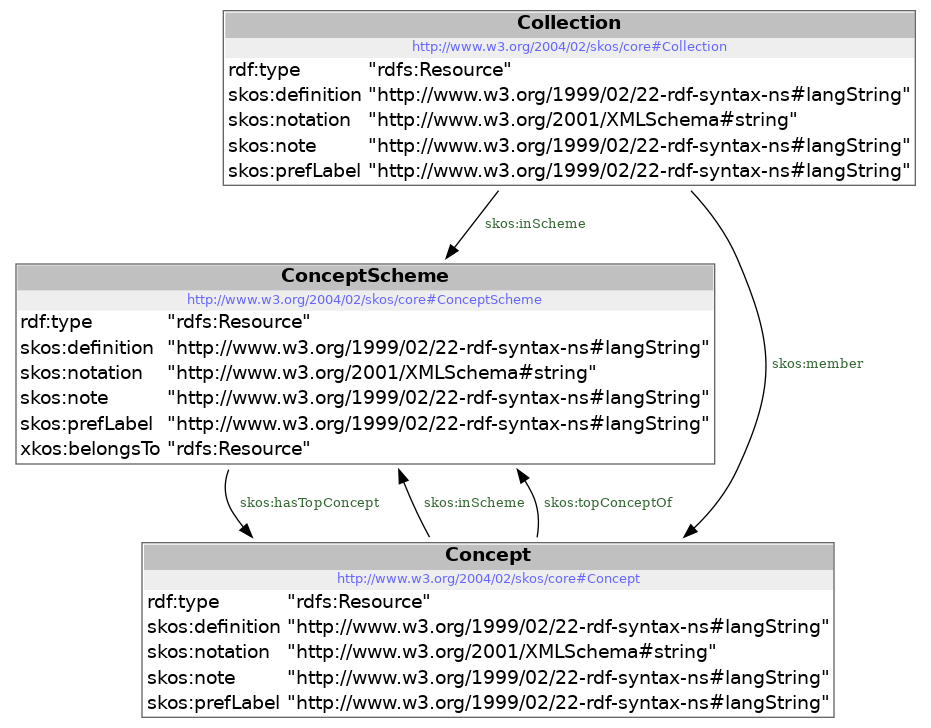
This is src/documentation/model.png from milieuinfo/codelijst-emissie, a Graphviz export, as it was before one commit. Its source is kept beside it as src/documentation/model.dot.
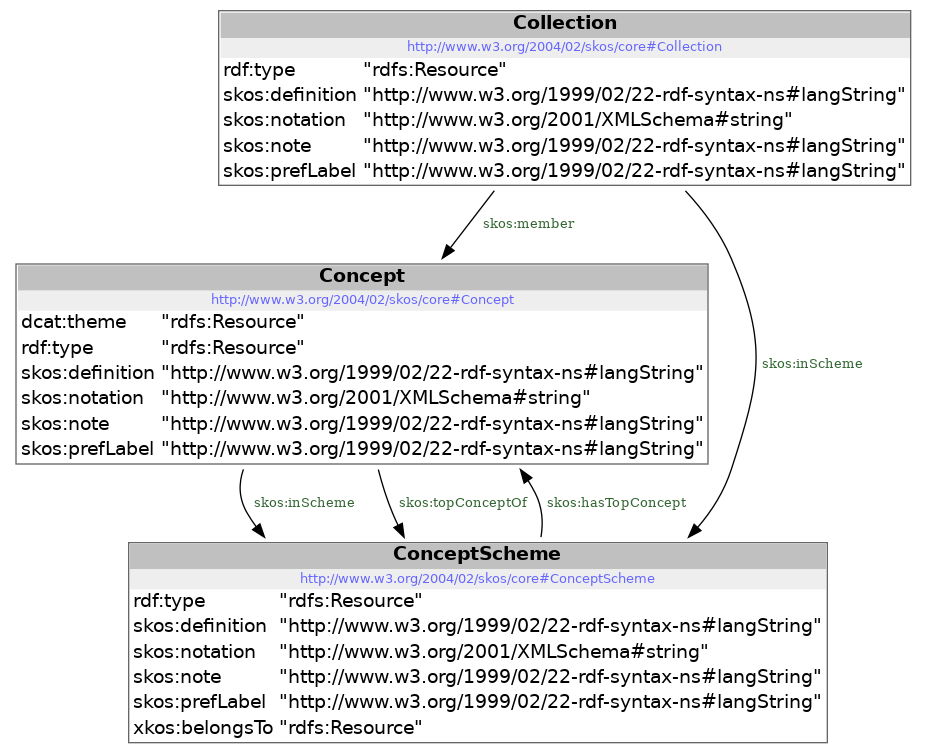
The same file after the commit.

Change to the diagram source:
```diff
@@ -1,11 +1,11 @@
 digraph {
  node [ fontname="DejaVu Sans" ] ;
+	node0 -> node2 [ color=BLACK, label=< <font point-size='10' color='#336633'>skos:inScheme</font> > ] ;
+	node2 -> node1 [ color=BLACK, label=< <font point-size='10' color='#336633'>skos:hasTopConcept</font> > ] ;
 	node0 -> node1 [ color=BLACK, label=< <font point-size='10' color='#336633'>skos:member</font> > ] ;
+	node1 -> node2 [ color=BLACK, label=< <font point-size='10' color='#336633'>skos:topConceptOf</font> > ] ;
 	node1 -> node2 [ color=BLACK, label=< <font point-size='10' color='#336633'>skos:inScheme</font> > ] ;
-	node0 -> node2 [ color=BLACK, label=< <font point-size='10' color='#336633'>skos:inScheme</font> > ] ;
-	node1 -> node2 [ color=BLACK, label=< <font point-size='10' color='#336633'>skos:topConceptOf</font> > ] ;
-	node2 -> node1 [ color=BLACK, label=< <font point-size='10' color='#336633'>skos:hasTopConcept</font> > ] ;
 node0 [ shape=none, color=black label=< <table color='#666666' cellborder='0' cellspacing='0' border='1'><tr><td colspan='2' bgcolor='grey'><B>Collection</B></td></tr><tr><td href='http://www.w3.org/2004/02/skos/core#Collection' bgcolor='#eeeeee' colspan='2'><font point-size='10' color='#6666ff'>http://www.w3.org/2004/02/skos/core#Collection</font></td></tr><tr><td align='left'>rdf:type</td><td align='left'>&quot;rdfs:Resource&quot;</td></tr><tr><td align='left'>skos:definition</td><td align='left'>&quot;http://www.w3.org/1999/02/22-rdf-syntax-ns#langString&quot;</td></tr><tr><td align='left'>skos:notation</td><td align='left'>&quot;http://www.w3.org/2001/XMLSchema#string&quot;</td></tr><tr><td align='left'>skos:note</td><td align='left'>&quot;http://www.w3.org/1999/02/22-rdf-syntax-ns#langString&quot;</td></tr><tr><td align='left'>skos:prefLabel</td><td align='left'>&quot;http://www.w3.org/1999/02/22-rdf-syntax-ns#langString&quot;</td></tr></table> > ]
-node1 [ shape=none, color=black label=< <table color='#666666' cellborder='0' cellspacing='0' border='1'><tr><td colspan='2' bgcolor='grey'><B>Concept</B></td></tr><tr><td href='http://www.w3.org/2004/02/skos/core#Concept' bgcolor='#eeeeee' colspan='2'><font point-size='10' color='#6666ff'>http://www.w3.org/2004/02/skos/core#Concept</font></td></tr><tr><td align='left'>rdf:type</td><td align='left'>&quot;rdfs:Resource&quot;</td></tr><tr><td align='left'>skos:definition</td><td align='left'>&quot;http://www.w3.org/1999/02/22-rdf-syntax-ns#langString&quot;</td></tr><tr><td align='left'>skos:notation</td><td align='left'>&quot;http://www.w3.org/2001/XMLSchema#string&quot;</td></tr><tr><td align='left'>skos:note</td><td align='left'>&quot;http://www.w3.org/1999/02/22-rdf-syntax-ns#langString&quot;</td></tr><tr><td align='left'>skos:prefLabel</td><td align='left'>&quot;http://www.w3.org/1999/02/22-rdf-syntax-ns#langString&quot;</td></tr></table> > ]
+node1 [ shape=none, color=black label=< <table color='#666666' cellborder='0' cellspacing='0' border='1'><tr><td colspan='2' bgcolor='grey'><B>Concept</B></td></tr><tr><td href='http://www.w3.org/2004/02/skos/core#Concept' bgcolor='#eeeeee' colspan='2'><font point-size='10' color='#6666ff'>http://www.w3.org/2004/02/skos/core#Concept</font></td></tr><tr><td align='left'>dcat:theme</td><td align='left'>&quot;rdfs:Resource&quot;</td></tr><tr><td align='left'>rdf:type</td><td align='left'>&quot;rdfs:Resource&quot;</td></tr><tr><td align='left'>skos:definition</td><td align='left'>&quot;http://www.w3.org/1999/02/22-rdf-syntax-ns#langString&quot;</td></tr><tr><td align='left'>skos:notation</td><td align='left'>&quot;http://www.w3.org/2001/XMLSchema#string&quot;</td></tr><tr><td align='left'>skos:note</td><td align='left'>&quot;http://www.w3.org/1999/02/22-rdf-syntax-ns#langString&quot;</td></tr><tr><td align='left'>skos:prefLabel</td><td align='left'>&quot;http://www.w3.org/1999/02/22-rdf-syntax-ns#langString&quot;</td></tr></table> > ]
 node2 [ shape=none, color=black label=< <table color='#666666' cellborder='0' cellspacing='0' border='1'><tr><td colspan='2' bgcolor='grey'><B>ConceptScheme</B></td></tr><tr><td href='http://www.w3.org/2004/02/skos/core#ConceptScheme' bgcolor='#eeeeee' colspan='2'><font point-size='10' color='#6666ff'>http://www.w3.org/2004/02/skos/core#ConceptScheme</font></td></tr><tr><td align='left'>rdf:type</td><td align='left'>&quot;rdfs:Resource&quot;</td></tr><tr><td align='left'>skos:definition</td><td align='left'>&quot;http://www.w3.org/1999/02/22-rdf-syntax-ns#langString&quot;</td></tr><tr><td align='left'>skos:notation</td><td align='left'>&quot;http://www.w3.org/2001/XMLSchema#string&quot;</td></tr><tr><td align='left'>skos:note</td><td align='left'>&quot;http://www.w3.org/1999/02/22-rdf-syntax-ns#langString&quot;</td></tr><tr><td align='left'>skos:prefLabel</td><td align='left'>&quot;http://www.w3.org/1999/02/22-rdf-syntax-ns#langString&quot;</td></tr><tr><td align='left'>xkos:belongsTo</td><td align='left'>&quot;rdfs:Resource&quot;</td></tr></table> > ]
 }
```
